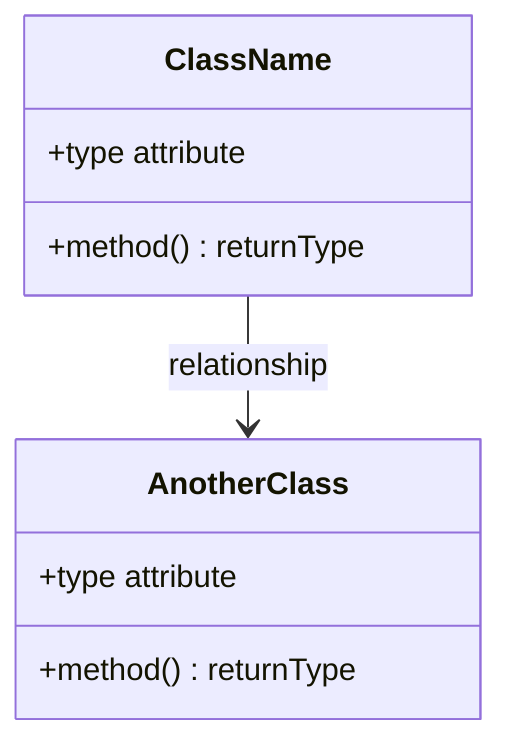
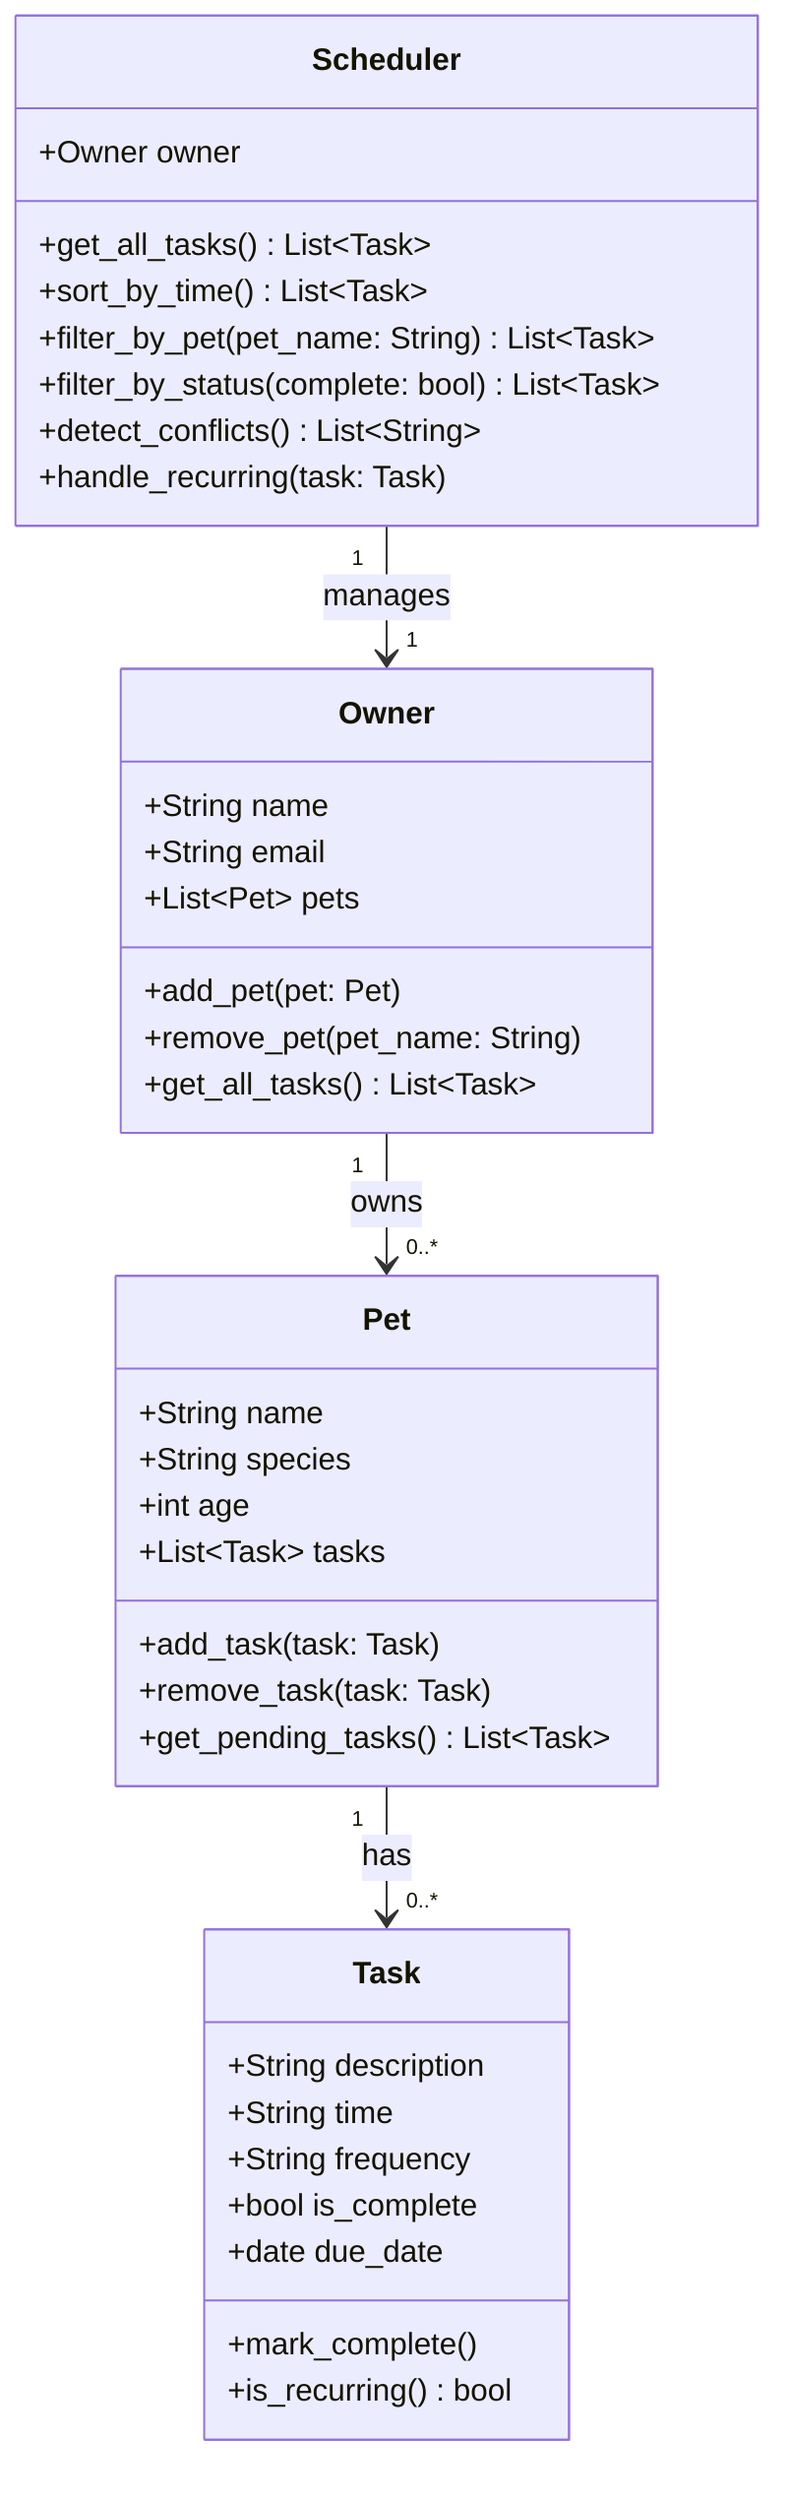
classDiagram
-     %% Replace the placeholders below with your actual classes, attributes, methods, and relationships.
-     %% Keep this file updated so it matches your final implementation.
- 
-     class ClassName {
-         +type attribute
-         +method() returnType
+     class Owner {
+         +String name
+         +String email
+         +List~Pet~ pets
+         +add_pet(pet: Pet)
+         +remove_pet(pet_name: String)
+         +get_all_tasks() List~Task~
    }

-     class AnotherClass {
-         +type attribute
-         +method() returnType
+     class Pet {
+         +String name
+         +String species
+         +int age
+         +List~Task~ tasks
+         +add_task(task: Task)
+         +remove_task(task: Task)
+         +get_pending_tasks() List~Task~
    }

-     ClassName --> AnotherClass : relationship
+     class Task {
+         +String description
+         +String time
+         +String frequency
+         +bool is_complete
+         +date due_date
+         +mark_complete()
+         +is_recurring() bool
+     }
+ 
+     class Scheduler {
+         +Owner owner
+         +get_all_tasks() List~Task~
+         +sort_by_time() List~Task~
+         +filter_by_pet(pet_name: String) List~Task~
+         +filter_by_status(complete: bool) List~Task~
+         +detect_conflicts() List~String~
+         +handle_recurring(task: Task)
+     }
+ 
+     Owner "1" --> "0..*" Pet : owns
+     Pet "1" --> "0..*" Task : has
+     Scheduler "1" --> "1" Owner : manages